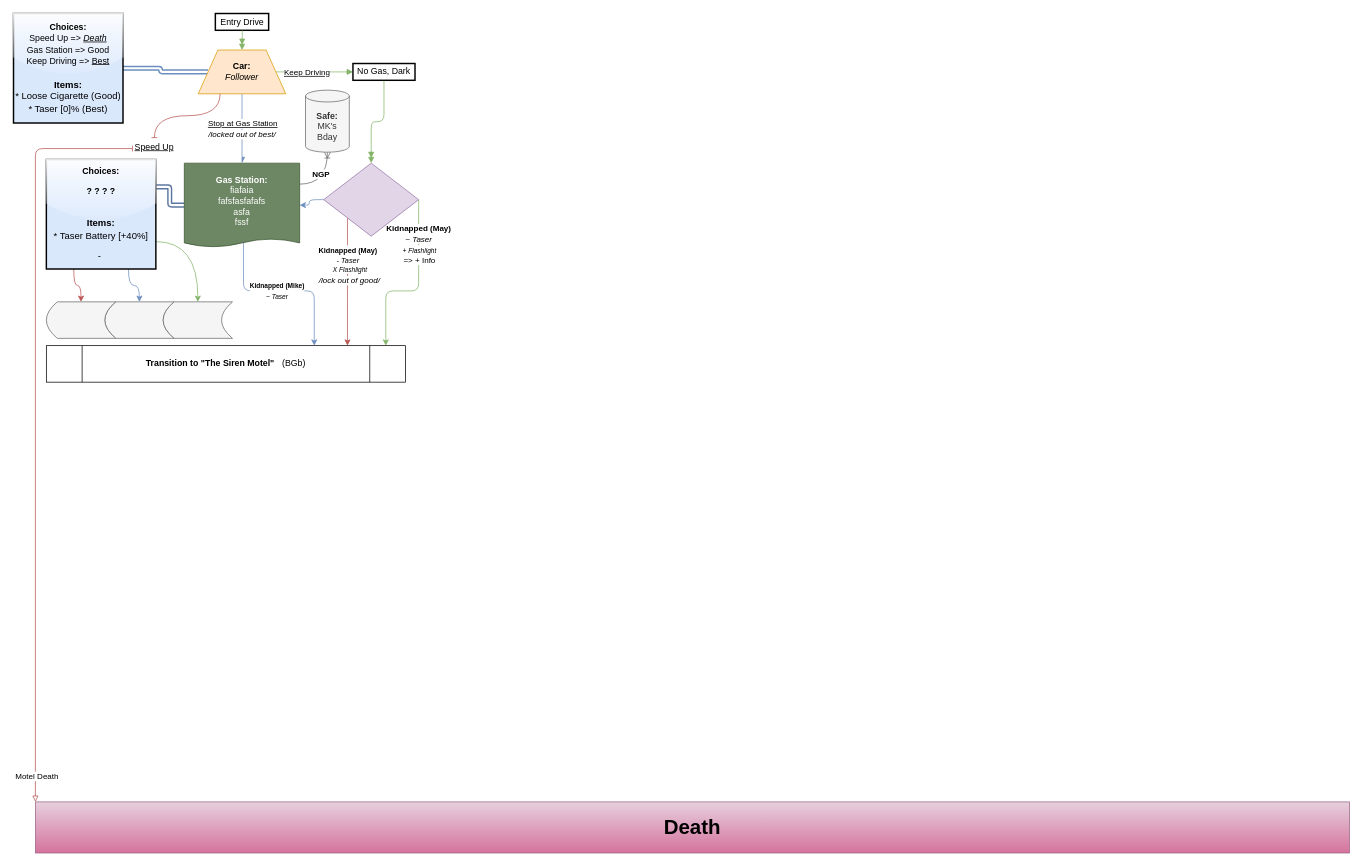
Before: Untitled Diagram.drawio in DrTemperance/ProjectTILLIE, a draw.io diagram. Source tidied: cells renumbered, new cells numbered last; positions are measured from the earlier drawing's top-left corner, leaving out a move shared by most shapes. Both pictures are drawn from the tidied source at 73%, with x=0, y=0 at pixel (13, 13).
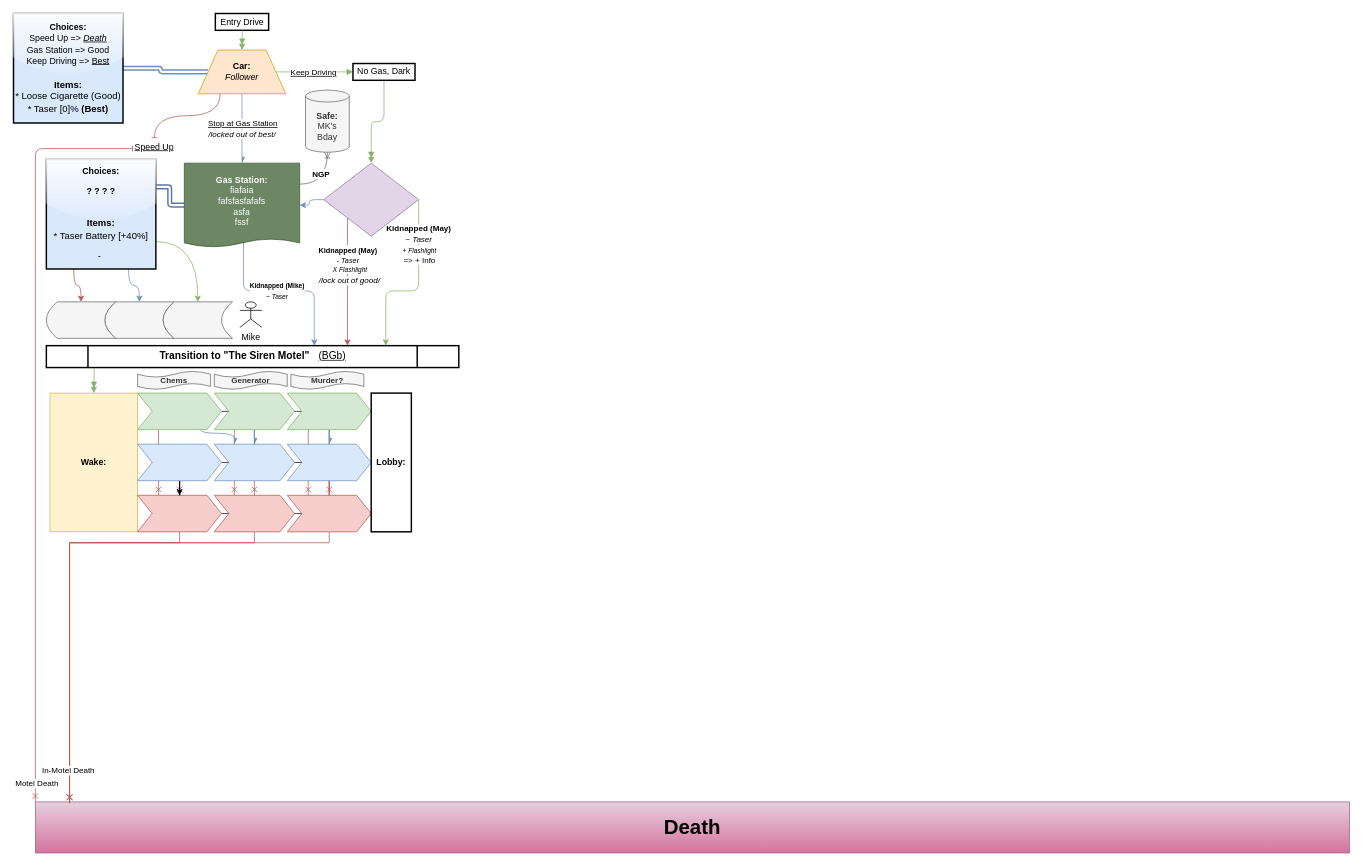
The same diagram, later.

The change refers to these unchanged cells:
```xml
<mxCell id="2" style="endArrow=block;html=1;rounded=0;fillColor=#d5e8d4;gradientColor=#97d077;strokeColor=#82b366;endFill=1;targetPerimeterSpacing=0;edgeStyle=orthogonalEdgeStyle;" parent="1" edge="1" source="21" target="38">
  <mxGeometry relative="1" as="geometry" />
</mxCell>
<mxCell id="22" value="&lt;b&gt;&lt;font style=&quot;font-size: 28px;&quot;&gt;Death&lt;/font&gt;&lt;/b&gt;" style="rounded=0;whiteSpace=wrap;html=1;align=center;fillColor=#e6d0de;gradientColor=#d5739d;strokeColor=#996185;" parent="1" vertex="1">
  <mxGeometry x="30" y="1080" width="1800" height="70" as="geometry" />
</mxCell>
<mxCell id="24" value="&lt;font style=&quot;font-size: 12px;&quot;&gt;&lt;u&gt;Speed Up&lt;/u&gt;&lt;/font&gt;" style="text;html=1;strokeColor=none;fillColor=none;align=center;verticalAlign=middle;whiteSpace=wrap;rounded=0;" parent="1" vertex="1">
  <mxGeometry x="163" y="170" width="60" height="25" as="geometry" />
</mxCell>
```

Diff of the diagram source:
```diff
@@
+    <mxCell id="43" style="edgeStyle=orthogonalEdgeStyle;rounded=0;jettySize=auto;html=1;fillColor=#f8cecc;strokeColor=#b85450;strokeWidth=1;endArrow=cross;endFill=0;" parent="1" edge="1" source="57" target="54">
+      <mxGeometry relative="1" as="geometry" />
+    </mxCell>
+    <mxCell id="44" style="edgeStyle=orthogonalEdgeStyle;rounded=0;jettySize=auto;html=1;exitX=0.25;exitY=1;exitDx=0;exitDy=0;entryX=0.25;entryY=0;entryDx=0;entryDy=0;fillColor=#f8cecc;strokeColor=#b85450;strokeWidth=1;endArrow=cross;endFill=0;" parent="1" edge="1" source="59" target="61">
+      <mxGeometry relative="1" as="geometry" />
+    </mxCell>
+    <mxCell id="45" style="edgeStyle=orthogonalEdgeStyle;rounded=0;jettySize=auto;html=1;exitX=0.25;exitY=1;exitDx=0;exitDy=0;entryX=0.25;entryY=0;entryDx=0;entryDy=0;fillColor=#f8cecc;strokeColor=#b85450;strokeWidth=1;endArrow=cross;endFill=0;" parent="1" edge="1" source="51" target="54">
+      <mxGeometry relative="1" as="geometry" />
+    </mxCell>
@@
     <mxCell id="3" value="&lt;u&gt;Keep Driving&lt;/u&gt;" style="edgeLabel;html=1;align=center;verticalAlign=middle;" parent="2" vertex="1">
       <mxGeometry x="-0.36" relative="1" as="geometry">
-        <mxPoint x="8" as="offset" />
+        <mxPoint x="17" as="offset" />
       </mxGeometry>
     </mxCell>
@@
-    <mxCell id="15" style="jettySize=auto;html=1;entryX=0;entryY=0;entryDx=0;entryDy=0;shadow=0;fillColor=#f8cecc;strokeColor=#b85450;startArrow=baseDash;startFill=0;strokeWidth=1;targetPerimeterSpacing=0;endArrow=block;endFill=0;edgeStyle=orthogonalEdgeStyle;" parent="1" edge="1" source="24" target="22">
+    <mxCell id="15" style="jettySize=auto;html=1;entryX=0;entryY=0;entryDx=0;entryDy=0;shadow=0;fillColor=#f8cecc;strokeColor=#b85450;startArrow=baseDash;startFill=0;strokeWidth=1;targetPerimeterSpacing=0;endArrow=cross;endFill=0;edgeStyle=orthogonalEdgeStyle;" parent="1" edge="1" source="24" target="22">
       <mxGeometry relative="1" as="geometry">
         <Array as="points">
           <mxPoint x="30" y="185" />
         </Array>
       </mxGeometry>
     </mxCell>
     <mxCell id="16" value="Motel Death" style="edgeLabel;html=1;align=center;verticalAlign=middle;" parent="15" vertex="1">
-      <mxGeometry x="0.93" y="1" relative="1" as="geometry" />
+      <mxGeometry x="0.93" y="1" relative="1" as="geometry">
+        <mxPoint y="10" as="offset" />
+      </mxGeometry>
     </mxCell>
@@
-    <mxCell id="25" value="&lt;p style=&quot;line-height: 130%;&quot;&gt;&lt;b&gt;Choices:&lt;br&gt;&lt;/b&gt;Speed Up =&amp;gt; &lt;i&gt;&lt;u&gt;Death&lt;/u&gt;&lt;/i&gt;&lt;br&gt;Gas Station =&amp;gt; Good&lt;u&gt;&lt;br&gt;&lt;/u&gt;Keep Driving =&amp;gt;&amp;nbsp;&lt;u style=&quot;border-color: var(--border-color);&quot;&gt;Best&lt;/u&gt;&lt;br&gt;&lt;br&gt;&lt;font style=&quot;font-size: 13px;&quot;&gt;&lt;b&gt;Items:&lt;/b&gt;&lt;br&gt;&lt;span style=&quot;background-color: initial;&quot;&gt;* Loose Cigarette (Good)&lt;/span&gt;&lt;br&gt;&lt;span style=&quot;background-color: initial;&quot;&gt;* Taser [0]% (Best)&lt;/span&gt;&lt;br&gt;&lt;/font&gt;&lt;/p&gt;" style="whiteSpace=wrap;html=1;fillColor=#dae8fc;strokeColor=default;strokeWidth=2;gradientColor=none;rounded=0;glass=1;shadow=0;" parent="1" vertex="1">
+    <mxCell id="25" value="&lt;p style=&quot;line-height: 130%;&quot;&gt;&lt;b&gt;Choices:&lt;br&gt;&lt;/b&gt;Speed Up =&amp;gt; &lt;i&gt;&lt;u&gt;Death&lt;/u&gt;&lt;/i&gt;&lt;br&gt;Gas Station =&amp;gt; Good&lt;u&gt;&lt;br&gt;&lt;/u&gt;Keep Driving =&amp;gt;&amp;nbsp;&lt;u style=&quot;border-color: var(--border-color);&quot;&gt;Best&lt;/u&gt;&lt;br&gt;&lt;br&gt;&lt;font style=&quot;font-size: 13px;&quot;&gt;&lt;b&gt;Items:&lt;/b&gt;&lt;br&gt;&lt;span style=&quot;background-color: initial;&quot;&gt;* Loose Cigarette (Good)&lt;/span&gt;&lt;br&gt;&lt;span style=&quot;background-color: initial;&quot;&gt;* Taser [0]% &lt;b&gt;(Best)&lt;/b&gt;&lt;/span&gt;&lt;br&gt;&lt;/font&gt;&lt;/p&gt;" style="whiteSpace=wrap;html=1;fillColor=#dae8fc;strokeColor=default;strokeWidth=2;gradientColor=none;rounded=0;glass=1;shadow=0;" parent="1" vertex="1">
       <mxGeometry width="150" height="150" as="geometry" />
     </mxCell>
@@
+    <mxCell id="46" style="edgeStyle=orthogonalEdgeStyle;rounded=0;jettySize=auto;html=1;exitX=0.116;exitY=1.046;exitDx=0;exitDy=0;entryX=0.5;entryY=0;entryDx=0;entryDy=0;exitPerimeter=0;fillColor=#d5e8d4;strokeColor=#82b366;endArrow=doubleBlock;endFill=1;" parent="1" edge="1" source="34" target="47">
+      <mxGeometry relative="1" as="geometry" />
+    </mxCell>
-    <mxCell id="34" value="&lt;b&gt;Transition to &quot;The Siren Motel&quot;&lt;/b&gt;&lt;span style=&quot;white-space: pre;&quot;&gt;&#9;&lt;/span&gt;(BGb)" style="shape=process;whiteSpace=wrap;html=1;backgroundOutline=1;" parent="1" vertex="1">
-      <mxGeometry x="45" y="455" width="492" height="50" as="geometry" />
+    <mxCell id="34" value="&lt;p style=&quot;line-height: 110%;&quot;&gt;&lt;font style=&quot;font-size: 14px;&quot;&gt;&lt;b&gt;Transition to &quot;The Siren Motel&quot;&lt;/b&gt;&lt;span style=&quot;white-space: pre;&quot;&gt;&#9;&lt;/span&gt;&lt;u&gt;(BGb)&lt;/u&gt;&lt;/font&gt;&lt;/p&gt;" style="shape=process;whiteSpace=wrap;html=1;backgroundOutline=1;strokeWidth=2;" parent="1" vertex="1">
+      <mxGeometry x="45" y="455" width="565" height="30" as="geometry" />
     </mxCell>
@@
+    <mxCell id="47" value="&lt;b&gt;Wake:&lt;/b&gt;" style="rounded=0;whiteSpace=wrap;html=1;fillColor=#fff2cc;strokeColor=#d6b656;" parent="1" vertex="1">
+      <mxGeometry x="50" y="520" width="120" height="190" as="geometry" />
+    </mxCell>
+    <mxCell id="48" style="edgeStyle=orthogonalEdgeStyle;rounded=0;jettySize=auto;html=1;exitX=0.75;exitY=1;exitDx=0;exitDy=0;entryX=0.25;entryY=0;entryDx=0;entryDy=0;curved=1;fillColor=#dae8fc;strokeColor=#6c8ebf;endArrow=async;endFill=1;" parent="1" edge="1" source="51" target="63">
+      <mxGeometry relative="1" as="geometry">
+        <Array as="points">
+          <mxPoint x="256" y="575" />
+          <mxPoint x="303" y="575" />
+        </Array>
+      </mxGeometry>
+    </mxCell>
+    <mxCell id="49" style="edgeStyle=orthogonalEdgeStyle;rounded=0;jettySize=auto;html=1;exitX=0.25;exitY=1;exitDx=0;exitDy=0;entryX=0.25;entryY=0;entryDx=0;entryDy=0;fillColor=#f8cecc;strokeColor=#b85450;strokeWidth=1;endArrow=cross;endFill=0;" parent="1" edge="1" source="65" target="68">
+      <mxGeometry relative="1" as="geometry" />
+    </mxCell>
+    <mxCell id="50" style="edgeStyle=orthogonalEdgeStyle;rounded=0;jettySize=auto;html=1;exitX=1;exitY=0.5;exitDx=0;exitDy=0;entryX=0.035;entryY=0.133;entryDx=0;entryDy=0;entryPerimeter=0;" parent="1" edge="1" source="51" target="71">
+      <mxGeometry relative="1" as="geometry" />
+    </mxCell>
+    <mxCell id="51" style="shape=step;perimeter=stepPerimeter;whiteSpace=wrap;html=1;fixedSize=1;fillColor=#d5e8d4;strokeColor=#82b366;" parent="1" vertex="1">
+      <mxGeometry x="170" y="520" width="115" height="50" as="geometry" />
+    </mxCell>
+    <mxCell id="52" style="rounded=0;jettySize=auto;html=1;entryX=0.026;entryY=0.021;entryDx=0;entryDy=0;entryPerimeter=0;edgeStyle=elbowEdgeStyle;elbow=vertical;fillColor=#f8cecc;strokeColor=#b85450;endArrow=cross;endFill=0;" parent="1" edge="1" source="54" target="22">
+      <mxGeometry relative="1" as="geometry">
+        <Array as="points">
+          <mxPoint x="155" y="725" />
+        </Array>
+      </mxGeometry>
+    </mxCell>
+    <mxCell id="53" style="edgeStyle=orthogonalEdgeStyle;rounded=0;jettySize=auto;html=1;exitX=1;exitY=0.5;exitDx=0;exitDy=0;entryX=0.035;entryY=0.873;entryDx=0;entryDy=0;entryPerimeter=0;" parent="1" edge="1" source="54" target="71">
+      <mxGeometry relative="1" as="geometry" />
+    </mxCell>
+    <mxCell id="54" style="shape=step;perimeter=stepPerimeter;whiteSpace=wrap;html=1;fixedSize=1;fillColor=#f8cecc;strokeColor=#b85450;" parent="1" vertex="1">
+      <mxGeometry x="170" y="660" width="115" height="50" as="geometry" />
+    </mxCell>
+    <mxCell id="55" style="edgeStyle=orthogonalEdgeStyle;rounded=0;jettySize=auto;html=1;exitX=0.5;exitY=1;exitDx=0;exitDy=0;" parent="1" edge="1" source="57" target="54">
+      <mxGeometry relative="1" as="geometry" />
+    </mxCell>
+    <mxCell id="56" style="edgeStyle=orthogonalEdgeStyle;rounded=0;jettySize=auto;html=1;exitX=1;exitY=0.5;exitDx=0;exitDy=0;" parent="1" edge="1" source="57" target="71">
+      <mxGeometry relative="1" as="geometry" />
+    </mxCell>
+    <mxCell id="57" style="shape=step;perimeter=stepPerimeter;whiteSpace=wrap;html=1;fixedSize=1;fillColor=#dae8fc;strokeColor=#6c8ebf;" parent="1" vertex="1">
+      <mxGeometry x="170" y="590" width="115" height="50" as="geometry" />
+    </mxCell>
+    <mxCell id="58" style="edgeStyle=orthogonalEdgeStyle;rounded=0;jettySize=auto;html=1;exitX=0.5;exitY=1;exitDx=0;exitDy=0;fillColor=#dae8fc;strokeColor=#6c8ebf;endArrow=async;endFill=1;" parent="1" edge="1" source="59" target="63">
+      <mxGeometry relative="1" as="geometry" />
+    </mxCell>
+    <mxCell id="59" style="shape=step;perimeter=stepPerimeter;whiteSpace=wrap;html=1;fixedSize=1;fillColor=#d5e8d4;strokeColor=#82b366;" parent="1" vertex="1">
+      <mxGeometry x="275" y="520" width="110" height="50" as="geometry" />
+    </mxCell>
+    <mxCell id="60" style="rounded=0;jettySize=auto;html=1;entryX=0.026;entryY=0.028;entryDx=0;entryDy=0;entryPerimeter=0;edgeStyle=elbowEdgeStyle;elbow=vertical;fillColor=#f8cecc;strokeColor=#b85450;endArrow=cross;endFill=0;" parent="1" edge="1" source="61" target="22">
+      <mxGeometry relative="1" as="geometry">
+        <Array as="points">
+          <mxPoint x="200" y="725" />
+        </Array>
+      </mxGeometry>
+    </mxCell>
+    <mxCell id="61" style="shape=step;perimeter=stepPerimeter;whiteSpace=wrap;html=1;fixedSize=1;fillColor=#f8cecc;strokeColor=#b85450;" parent="1" vertex="1">
+      <mxGeometry x="275" y="660" width="110" height="50" as="geometry" />
+    </mxCell>
+    <mxCell id="62" style="edgeStyle=orthogonalEdgeStyle;rounded=0;jettySize=auto;html=1;exitX=0.5;exitY=1;exitDx=0;exitDy=0;entryX=0.5;entryY=0;entryDx=0;entryDy=0;fillColor=#f8cecc;strokeColor=#b85450;strokeWidth=1;endArrow=cross;endFill=0;" parent="1" edge="1" source="63" target="61">
+      <mxGeometry relative="1" as="geometry" />
+    </mxCell>
+    <mxCell id="63" style="shape=step;perimeter=stepPerimeter;whiteSpace=wrap;html=1;fixedSize=1;fillColor=#dae8fc;strokeColor=#6c8ebf;" parent="1" vertex="1">
+      <mxGeometry x="275" y="590" width="110" height="50" as="geometry" />
+    </mxCell>
+    <mxCell id="64" style="edgeStyle=orthogonalEdgeStyle;rounded=0;jettySize=auto;html=1;exitX=0.5;exitY=1;exitDx=0;exitDy=0;fillColor=#dae8fc;strokeColor=#6c8ebf;endArrow=async;endFill=1;" parent="1" edge="1" source="65" target="70">
+      <mxGeometry relative="1" as="geometry" />
+    </mxCell>
+    <mxCell id="65" style="shape=step;perimeter=stepPerimeter;whiteSpace=wrap;html=1;fixedSize=1;fillColor=#d5e8d4;strokeColor=#82b366;" parent="1" vertex="1">
+      <mxGeometry x="375" y="520" width="115" height="50" as="geometry" />
+    </mxCell>
+    <mxCell id="66" style="rounded=0;jettySize=auto;html=1;entryX=0.026;entryY=0.021;entryDx=0;entryDy=0;entryPerimeter=0;fillColor=#f8cecc;strokeColor=#b85450;endArrow=cross;endFill=0;edgeStyle=elbowEdgeStyle;elbow=vertical;" parent="1" edge="1" source="68" target="22">
+      <mxGeometry relative="1" as="geometry">
+        <Array as="points">
+          <mxPoint x="255" y="725" />
+        </Array>
+      </mxGeometry>
+    </mxCell>
+    <mxCell id="67" value="In-Motel Death" style="edgeLabel;html=1;align=center;verticalAlign=middle;" parent="66" vertex="1">
+      <mxGeometry x="0.84" y="-1" relative="1" as="geometry">
+        <mxPoint x="-1" y="13" as="offset" />
+      </mxGeometry>
+    </mxCell>
+    <mxCell id="68" style="shape=step;perimeter=stepPerimeter;whiteSpace=wrap;html=1;fixedSize=1;fillColor=#f8cecc;strokeColor=#b85450;" parent="1" vertex="1">
+      <mxGeometry x="375" y="660" width="115" height="50" as="geometry" />
+    </mxCell>
+    <mxCell id="69" style="edgeStyle=orthogonalEdgeStyle;rounded=0;jettySize=auto;html=1;exitX=0.5;exitY=1;exitDx=0;exitDy=0;fillColor=#f8cecc;strokeColor=#b85450;strokeWidth=1;endArrow=cross;endFill=0;" parent="1" edge="1" source="70" target="68">
+      <mxGeometry relative="1" as="geometry" />
+    </mxCell>
+    <mxCell id="70" style="shape=step;perimeter=stepPerimeter;whiteSpace=wrap;html=1;fixedSize=1;fillColor=#dae8fc;strokeColor=#6c8ebf;" parent="1" vertex="1">
+      <mxGeometry x="375" y="590" width="115" height="50" as="geometry" />
+    </mxCell>
+    <mxCell id="71" value="&lt;b&gt;Lobby:&lt;/b&gt;" style="rounded=0;whiteSpace=wrap;html=1;strokeWidth=2;" parent="1" vertex="1">
+      <mxGeometry x="490" y="520" width="55" height="190" as="geometry" />
+    </mxCell>
+    <mxCell id="72" value="Mike" style="shape=umlActor;verticalLabelPosition=bottom;verticalAlign=top;html=1;" parent="1" vertex="1">
+      <mxGeometry x="310" y="395" width="30" height="35" as="geometry" />
+    </mxCell>
+    <mxCell id="73" value="&lt;font style=&quot;font-size: 11px;&quot;&gt;&lt;b&gt;Chems&lt;/b&gt;&lt;/font&gt;" style="shape=tape;whiteSpace=wrap;html=1;size=0.3333333333333333;fillColor=#f5f5f5;fontColor=#333333;strokeColor=#666666;" parent="1" vertex="1">
+      <mxGeometry x="170" y="490" width="100" height="25" as="geometry" />
+    </mxCell>
+    <mxCell id="74" value="&lt;font style=&quot;font-size: 11px;&quot;&gt;&lt;b&gt;Generator&lt;/b&gt;&lt;/font&gt;" style="shape=tape;whiteSpace=wrap;html=1;size=0.3333333333333333;fillColor=#f5f5f5;fontColor=#333333;strokeColor=#666666;" parent="1" vertex="1">
+      <mxGeometry x="275" y="490" width="100" height="25" as="geometry" />
+    </mxCell>
+    <mxCell id="75" value="&lt;font style=&quot;font-size: 11px;&quot;&gt;&lt;b&gt;Murder?&lt;/b&gt;&lt;/font&gt;" style="shape=tape;whiteSpace=wrap;html=1;size=0.3333333333333333;fillColor=#f5f5f5;fontColor=#333333;strokeColor=#666666;" parent="1" vertex="1">
+      <mxGeometry x="380" y="490" width="100" height="25" as="geometry" />
+    </mxCell>
```
